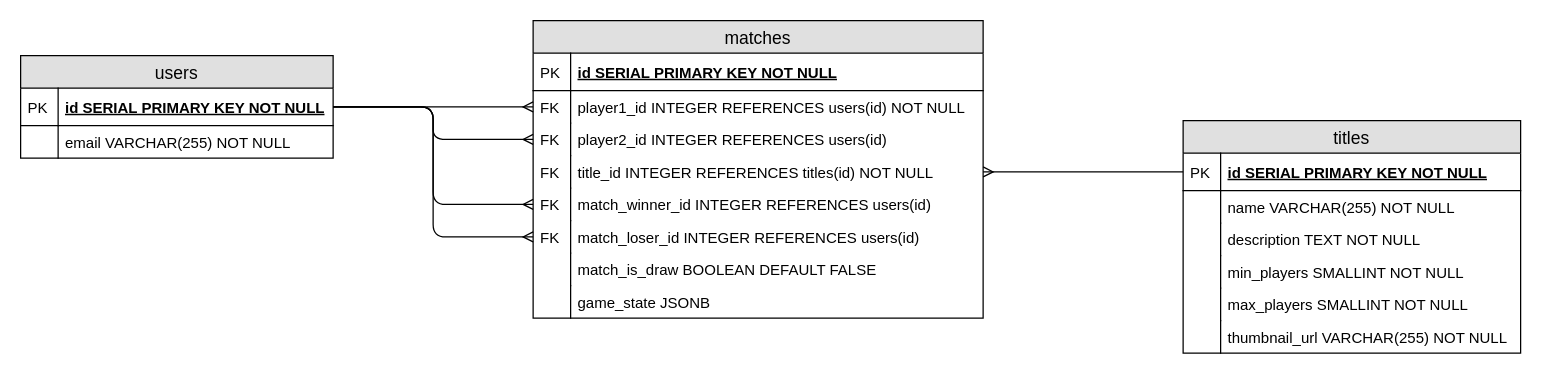
Above: docs/Goofspiel ERD.drawio in WillGWong/goofspiel (draw.io), before the change. Source tidied: cells renumbered, new cells numbered last; positions are measured from the earlier drawing's top-left corner, leaving out a move shared by most shapes. Both pictures are drawn from the tidied source at 125%, with x=0, y=0 at pixel (20, 20).
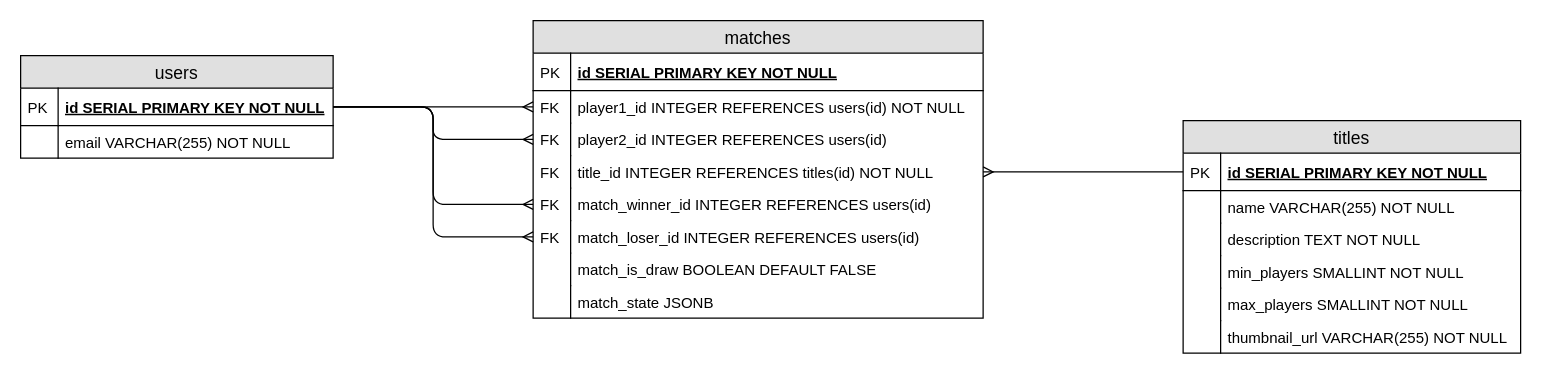
The same diagram, later.

Commit message (it also covers changes not shown here):
change game action routes

Unchanged cells that the change refers to:
```xml
<mxCell id="7" value="matches" style="swimlane;fontStyle=0;horizontal=1;startSize=26;fillColor=#e0e0e0;swimlaneFillColor=#ffffff;align=center;fontSize=14;" parent="1" vertex="1">
  <mxGeometry x="410" width="360" height="238" as="geometry" />
</mxCell>
```

Diff of the diagram source:
```diff
@@
-    <mxCell id="22" value="game_state JSONB" style="shape=partialRectangle;top=0;left=0;right=0;bottom=0;align=left;verticalAlign=top;fillColor=none;spacingLeft=34;spacingRight=4;overflow=hidden;fontSize=12;" parent="7" vertex="1">
+    <mxCell id="22" value="match_state JSONB" style="shape=partialRectangle;top=0;left=0;right=0;bottom=0;align=left;verticalAlign=top;fillColor=none;spacingLeft=34;spacingRight=4;overflow=hidden;fontSize=12;" parent="7" vertex="1">
       <mxGeometry y="212" width="360" height="26" as="geometry" />
     </mxCell>
```
